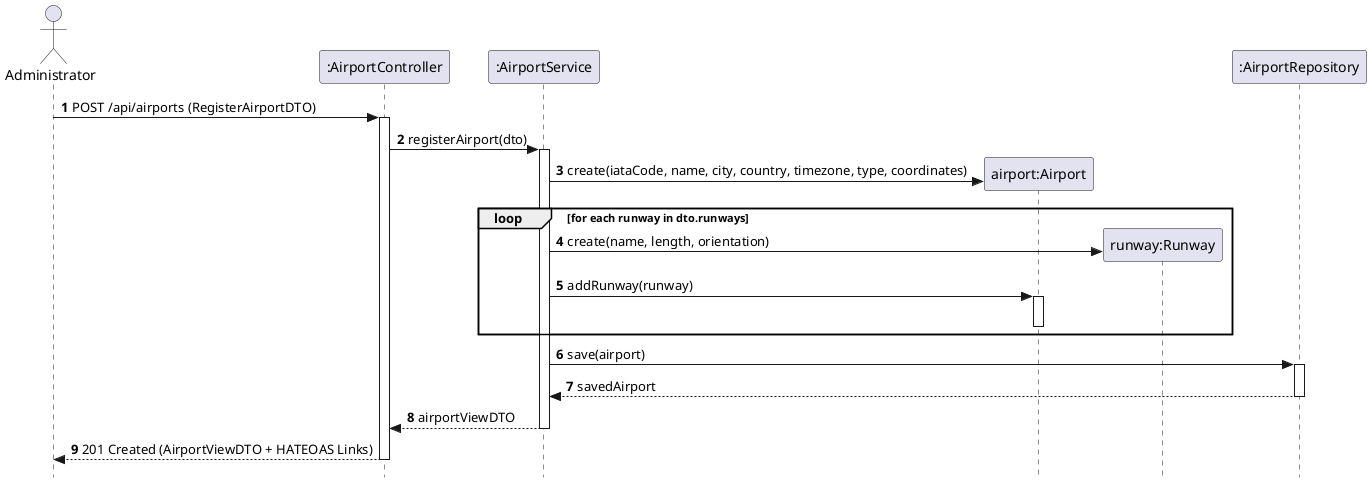
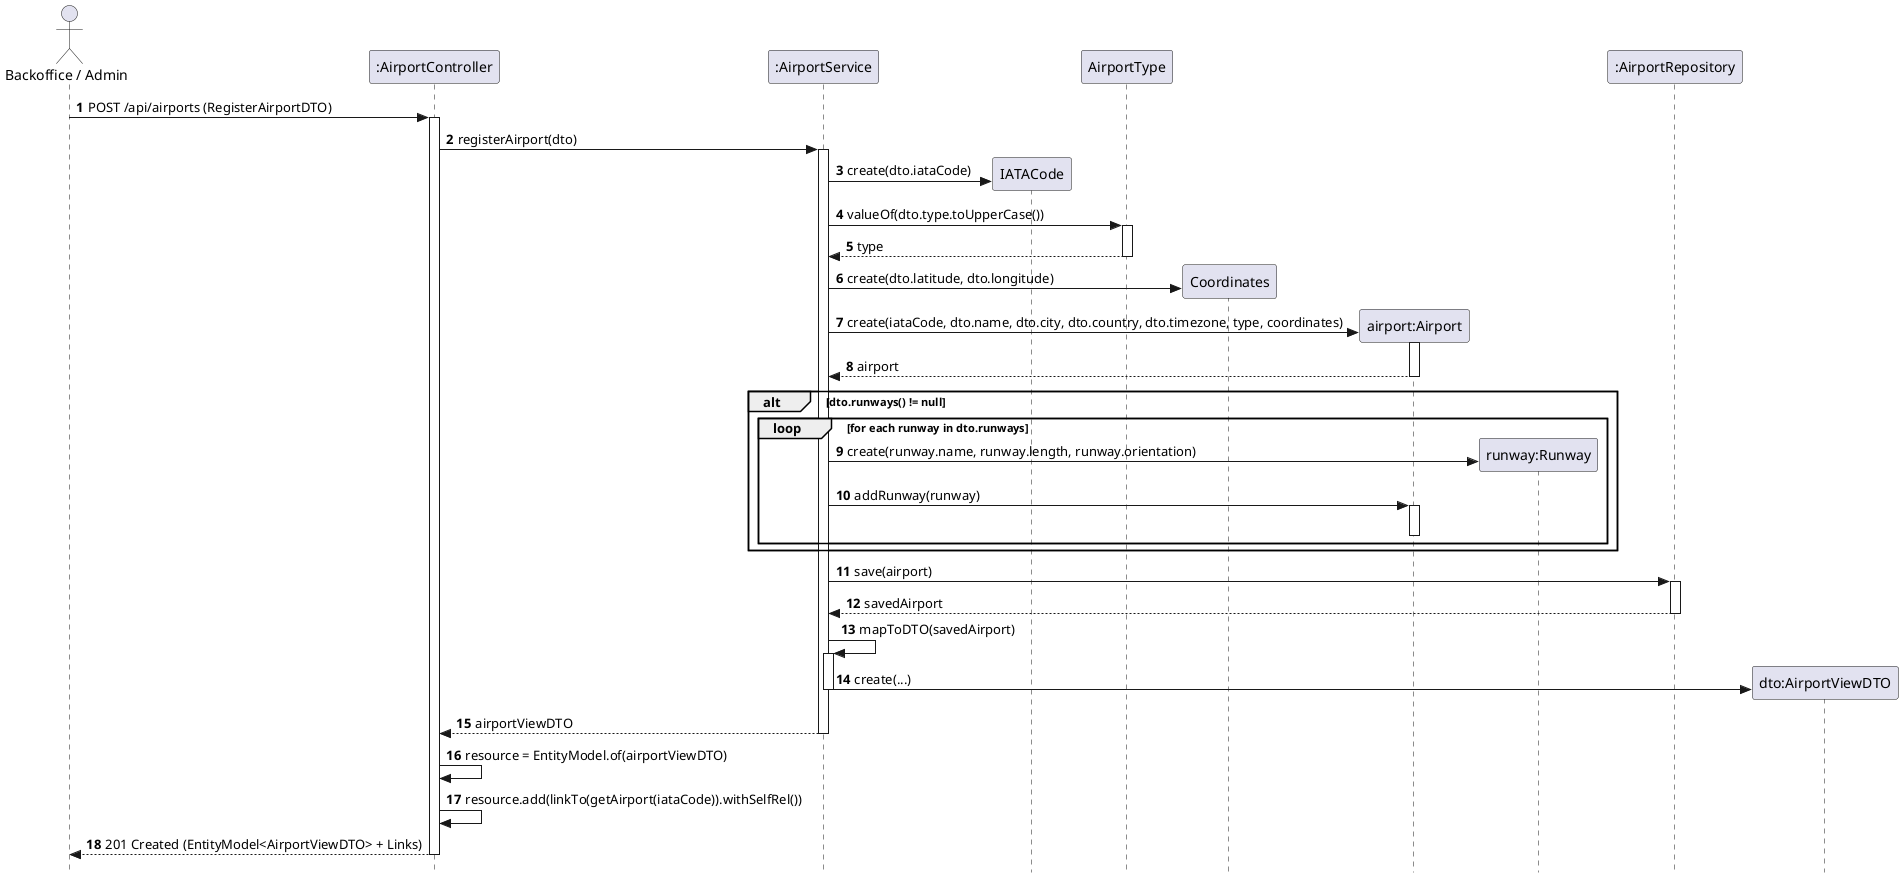
@startuml
skinparam style strictuml
autonumber

- actor "Administrator" as Admin
+ actor "Backoffice / Admin" as Admin
participant ":AirportController" as Controller
participant ":AirportService" as Service
+ participant "IATACode" as IATA
+ participant "AirportType" as EnumType
+ participant "Coordinates" as Coords
participant "airport:Airport" as Airport
participant "runway:Runway" as Runway
participant ":AirportRepository" as Repository
+ participant "dto:AirportViewDTO" as DTO

Admin -> Controller : POST /api/airports (RegisterAirportDTO)
activate Controller

Controller -> Service : registerAirport(dto)
activate Service

- Service -> Airport** : create(iataCode, name, city, country, timezone, type, coordinates)
+ ' Instanciação dos VOs exigidos pelo construtor do Airport
+ Service -> IATA ** : create(dto.iataCode)
+ Service -> EnumType : valueOf(dto.type.toUpperCase())
+ activate EnumType
+ EnumType --> Service : type
+ deactivate EnumType
+ Service -> Coords ** : create(dto.latitude, dto.longitude)

- loop for each runway in dto.runways
-     Service -> Runway** : create(name, length, orientation)
-     Service -> Airport : addRunway(runway)
-     activate Airport
-     deactivate Airport
+ Service -> Airport ** : create(iataCode, dto.name, dto.city, dto.country, dto.timezone, type, coordinates)
+ activate Airport
+ 
+ Airport --> Service : airport
+ deactivate Airport
+ 
+ alt dto.runways() != null
+     loop for each runway in dto.runways
+         Service -> Runway ** : create(runway.name, runway.length, runway.orientation)
+         Service -> Airport : addRunway(runway)
+         activate Airport
+         deactivate Airport
+     end
end

Service -> Repository : save(airport)
activate Repository
Repository --> Service : savedAirport
deactivate Repository

+ Service -> Service : mapToDTO(savedAirport)
+ activate Service
+ Service -> DTO ** : create(...)
+ deactivate Service

Service --> Controller : airportViewDTO
deactivate Service

- Controller --> Admin : 201 Created (AirportViewDTO + HATEOAS Links)
+ Controller -> Controller : resource = EntityModel.of(airportViewDTO)
+ Controller -> Controller : resource.add(linkTo(getAirport(iataCode)).withSelfRel())
+ 
+ Controller --> Admin : 201 Created (EntityModel<AirportViewDTO> + Links)
deactivate Controller
@enduml